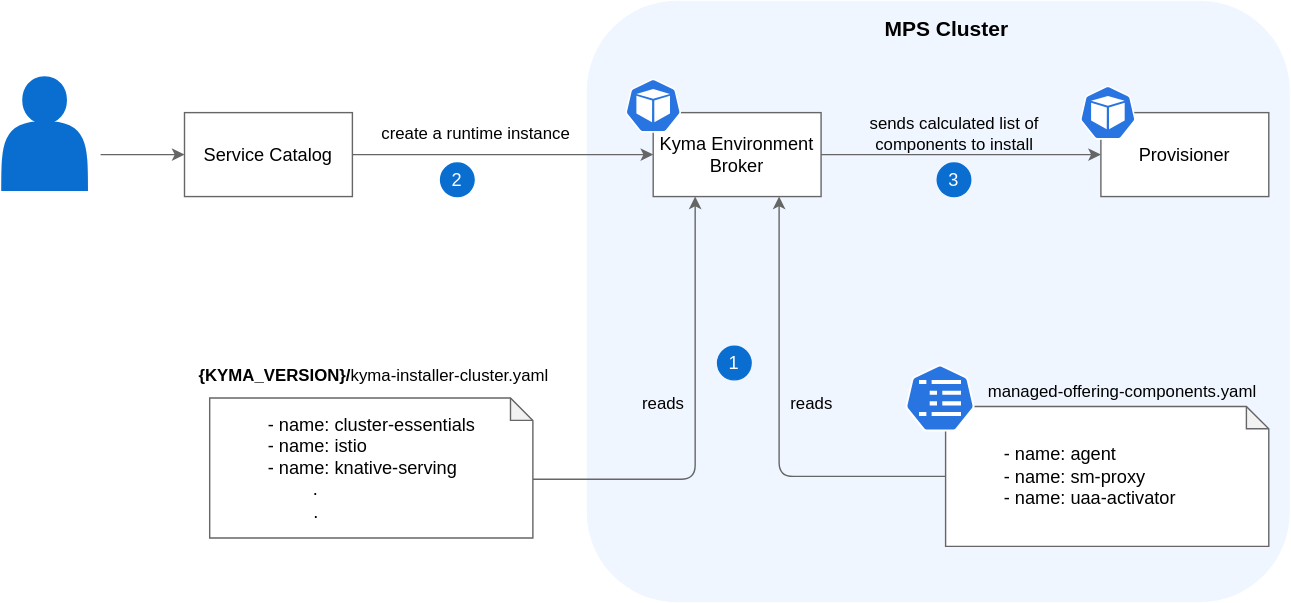
ukff/kyma-environment-broker keeps this draw.io diagram as docs/assets/runtime-components.svg. Above is the earlier version. Source tidied: cells renumbered, new cells last; positions are measured from the earlier drawing's top-left corner, leaving out a move shared by most shapes.
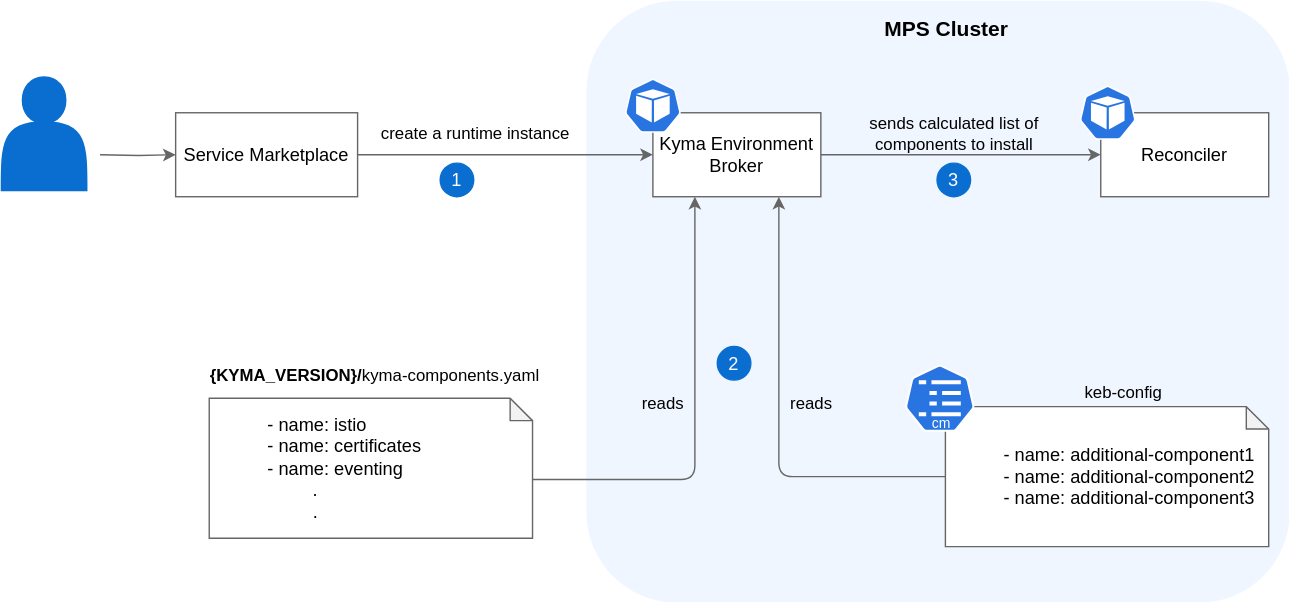
The same file after the commit.

Commit message:
Update runtime components document (#202)

Update doc

Change to the diagram source:
```diff
@@ -19,8 +19,8 @@
     <mxCell id="6" style="edgeStyle=orthogonalEdgeStyle;rounded=0;jettySize=auto;html=1;exitX=1;exitY=0.5;exitDx=0;exitDy=0;entryX=0;entryY=0.5;entryDx=0;entryDy=0;strokeColor=#666666;" parent="1" edge="1" source="7" target="18">
       <mxGeometry relative="1" as="geometry" />
     </mxCell>
-    <mxCell id="7" value="&lt;span style=&quot;font-size: 13px&quot;&gt;Service Catalog&lt;/span&gt;" style="rounded=0;whiteSpace=wrap;html=1;strokeColor=#666666;strokeWidth=1;fillColor=#ffffff;" parent="1" vertex="1">
-      <mxGeometry x="130" y="80" width="120" height="60" as="geometry" />
+    <mxCell id="7" value="&lt;span style=&quot;font-size: 13px&quot;&gt;Service Marketplace&lt;/span&gt;" style="rounded=0;whiteSpace=wrap;html=1;strokeColor=#666666;strokeWidth=1;fillColor=#ffffff;" parent="1" vertex="1">
+      <mxGeometry x="124" y="80" width="130" height="60" as="geometry" />
     </mxCell>
     <mxCell id="8" style="group;" parent="1" vertex="1">
       <mxGeometry x="645" y="260" width="260" height="170" as="geometry" />
@@ -28,22 +28,25 @@
     <mxCell id="9" style="group;" parent="8" vertex="1">
       <mxGeometry width="260" height="170" as="geometry" />
     </mxCell>
-    <mxCell id="10" value="&lt;blockquote style=&quot;margin: 0 0 0 40px ; border: none ; padding: 0px&quot;&gt;&lt;span style=&quot;font-size: 13px&quot;&gt;- name: agent&lt;br&gt;&lt;/span&gt;&lt;span style=&quot;font-size: 13px&quot;&gt;- name: sm-proxy&lt;br&gt;&lt;/span&gt;&lt;span style=&quot;font-size: 13px&quot;&gt;- name: uaa-activator&lt;/span&gt;&lt;br&gt;&lt;/blockquote&gt;" style="shape=note;whiteSpace=wrap;html=1;backgroundOutline=1;darkOpacity=0.05;size=16;align=left;strokeColor=#666666;" parent="9" vertex="1">
+    <mxCell id="10" value="&lt;blockquote style=&quot;margin: 0 0 0 40px ; border: none ; padding: 0px&quot;&gt;&lt;span style=&quot;font-size: 13px&quot;&gt;- name: additional-component1&lt;br&gt;&lt;/span&gt;&lt;span style=&quot;font-size: 13px&quot;&gt;- name: additional-component2&lt;br&gt;&lt;/span&gt;&lt;span style=&quot;font-size: 13px&quot;&gt;- name: additional-component3&lt;/span&gt;&lt;br&gt;&lt;/blockquote&gt;" style="shape=note;whiteSpace=wrap;html=1;backgroundOutline=1;darkOpacity=0.05;size=16;align=left;strokeColor=#666666;" parent="9" vertex="1">
       <mxGeometry x="29" y="30" width="231" height="100" as="geometry" />
     </mxCell>
     <mxCell id="11" style="html=1;dashed=0;whitespace=wrap;fillColor=#2875E2;strokeColor=#ffffff;shape=mxgraph.kubernetes.icon;prIcon=cm;" parent="9" vertex="1">
       <mxGeometry width="50" height="48" as="geometry" />
     </mxCell>
-    <mxCell id="12" value="managed-offering-components.yaml" style="text;html=1;align=center;verticalAlign=middle;" parent="9" vertex="1">
-      <mxGeometry x="50" y="10" width="210" height="20" as="geometry" />
+    <mxCell id="12" value="keb-config" style="text;html=1;align=center;verticalAlign=middle;" parent="9" vertex="1">
+      <mxGeometry x="119" y="7" width="73" height="26" as="geometry" />
     </mxCell>
+    <mxCell id="31" value="&lt;font style=&quot;font-size: 10px;&quot;&gt;cm&lt;/font&gt;" style="text;html=1;align=center;verticalAlign=middle;strokeColor=none;fillColor=none;fontColor=#ffffff;" parent="9" vertex="1">
+      <mxGeometry x="10" y="29" width="31" height="26" as="geometry" />
+    </mxCell>
     <mxCell id="13" value="reads" style="text;html=1;align=center;verticalAlign=middle;" parent="1" vertex="1">
       <mxGeometry x="553" y="278" width="50" height="20" as="geometry" />
     </mxCell>
     <mxCell id="14" style="group;" parent="1" vertex="1">
       <mxGeometry x="770" y="60" width="135" height="80" as="geometry" />
     </mxCell>
-    <mxCell id="15" value="&lt;span style=&quot;font-size: 13px&quot;&gt;Provisioner&lt;/span&gt;" style="rounded=0;whiteSpace=wrap;html=1;strokeColor=#666666;strokeWidth=1;fillColor=#ffffff;" parent="14" vertex="1">
+    <mxCell id="15" value="&lt;span style=&quot;font-size: 13px&quot;&gt;Reconciler&lt;/span&gt;" style="rounded=0;whiteSpace=wrap;html=1;strokeColor=#666666;strokeWidth=1;fillColor=#ffffff;" parent="14" vertex="1">
       <mxGeometry x="15" y="20" width="120" height="60" as="geometry" />
     </mxCell>
     <mxCell id="16" style="html=1;dashed=0;whitespace=wrap;fillColor=#2875E2;strokeColor=#ffffff;shape=mxgraph.kubernetes.icon;prIcon=pod;" parent="14" vertex="1">
@@ -67,11 +70,11 @@
     <mxCell id="22" style="edgeStyle=orthogonalEdgeStyle;rounded=1;jettySize=auto;html=1;exitX=0;exitY=0;exitDx=231;exitDy=58;exitPerimeter=0;entryX=0.25;entryY=1;entryDx=0;entryDy=0;strokeColor=#666666;" parent="1" edge="1" source="23" target="18">
       <mxGeometry relative="1" as="geometry" />
     </mxCell>
-    <mxCell id="23" value="&lt;blockquote style=&quot;margin: 0 0 0 40px ; border: none ; padding: 0px&quot;&gt;&lt;span style=&quot;font-size: 13px&quot;&gt;- name: cluster-essentials&lt;/span&gt;&lt;br&gt;&lt;span style=&quot;font-size: 13px&quot;&gt;- name: istio&lt;/span&gt;&lt;br&gt;&lt;span style=&quot;font-size: 13px&quot;&gt;- name: knative-serving&lt;/span&gt;&lt;/blockquote&gt;&lt;span style=&quot;font-size: 13px&quot;&gt;&amp;nbsp; &amp;nbsp; &amp;nbsp; &amp;nbsp; &amp;nbsp; &amp;nbsp; &amp;nbsp; &amp;nbsp; &amp;nbsp; &amp;nbsp; .&lt;/span&gt;&lt;br&gt;&lt;blockquote style=&quot;margin: 0 0 0 40px ; border: none ; padding: 0px&quot;&gt;&lt;span style=&quot;font-size: 13px&quot;&gt;&amp;nbsp; &amp;nbsp; &amp;nbsp; &amp;nbsp; &amp;nbsp;.&lt;/span&gt;&lt;/blockquote&gt;" style="shape=note;whiteSpace=wrap;html=1;backgroundOutline=1;darkOpacity=0.05;size=16;align=left;strokeColor=#666666;" parent="1" vertex="1">
+    <mxCell id="23" value="&lt;blockquote style=&quot;margin: 0 0 0 40px ; border: none ; padding: 0px&quot;&gt;&lt;span style=&quot;font-size: 13px&quot;&gt;- name: istio&lt;/span&gt;&lt;br&gt;&lt;span style=&quot;font-size: 13px&quot;&gt;- name: certificates&lt;/span&gt;&lt;br&gt;&lt;span style=&quot;font-size: 13px&quot;&gt;- name: eventing&lt;/span&gt;&lt;/blockquote&gt;&lt;span style=&quot;font-size: 13px&quot;&gt;&amp;nbsp; &amp;nbsp; &amp;nbsp; &amp;nbsp; &amp;nbsp; &amp;nbsp; &amp;nbsp; &amp;nbsp; &amp;nbsp; &amp;nbsp; .&lt;/span&gt;&lt;br&gt;&lt;blockquote style=&quot;margin: 0 0 0 40px ; border: none ; padding: 0px&quot;&gt;&lt;span style=&quot;font-size: 13px&quot;&gt;&amp;nbsp; &amp;nbsp; &amp;nbsp; &amp;nbsp; &amp;nbsp;.&lt;/span&gt;&lt;/blockquote&gt;" style="shape=note;whiteSpace=wrap;html=1;backgroundOutline=1;darkOpacity=0.05;size=16;align=left;strokeColor=#666666;" parent="1" vertex="1">
       <mxGeometry x="148" y="284" width="231" height="100" as="geometry" />
     </mxCell>
-    <mxCell id="24" value="&lt;b&gt;{KYMA_VERSION}/&lt;/b&gt;kyma-installer-cluster.yaml" style="text;html=1;align=center;verticalAlign=middle;" parent="1" vertex="1">
-      <mxGeometry x="130" y="258" width="270" height="20" as="geometry" />
+    <mxCell id="24" value="&lt;b&gt;{KYMA_VERSION}/&lt;/b&gt;kyma-components.yaml" style="text;html=1;align=center;verticalAlign=middle;" parent="1" vertex="1">
+      <mxGeometry x="139" y="255" width="253" height="26" as="geometry" />
     </mxCell>
     <mxCell id="25" value="reads" style="text;html=1;align=center;verticalAlign=middle;" parent="1" vertex="1">
       <mxGeometry x="447" y="278" width="50" height="20" as="geometry" />
@@ -79,13 +82,13 @@
     <mxCell id="26" value="create a runtime instance" style="text;html=1;align=center;verticalAlign=middle;" parent="1" vertex="1">
       <mxGeometry x="265.5" y="86" width="145" height="18" as="geometry" />
     </mxCell>
-    <mxCell id="27" value="&lt;div style=&quot;text-align: center&quot;&gt;&lt;span style=&quot;color: rgb(255 , 255 , 255)&quot;&gt;&lt;font style=&quot;font-size: 13px&quot;&gt;2&lt;/font&gt;&lt;/span&gt;&lt;/div&gt;" style="ellipse;whiteSpace=wrap;html=1;strokeColor=#0A6ED1;strokeWidth=1;fillColor=#0A6ED1;" parent="1" vertex="1">
+    <mxCell id="27" value="&lt;div style=&quot;text-align: center&quot;&gt;&lt;span style=&quot;color: rgb(255 , 255 , 255)&quot;&gt;&lt;font style=&quot;font-size: 13px&quot;&gt;1&lt;/font&gt;&lt;/span&gt;&lt;/div&gt;" style="ellipse;whiteSpace=wrap;html=1;strokeColor=#0A6ED1;strokeWidth=1;fillColor=#0A6ED1;" parent="1" vertex="1">
       <mxGeometry x="313" y="116" width="24" height="24" as="geometry" />
     </mxCell>
     <mxCell id="28" value="&lt;div style=&quot;text-align: center&quot;&gt;&lt;span style=&quot;color: rgb(255 , 255 , 255)&quot;&gt;&lt;font style=&quot;font-size: 13px&quot;&gt;3&lt;/font&gt;&lt;/span&gt;&lt;/div&gt;" style="ellipse;whiteSpace=wrap;html=1;strokeColor=#0A6ED1;strokeWidth=1;fillColor=#0A6ED1;" parent="1" vertex="1">
       <mxGeometry x="668" y="116" width="24" height="24" as="geometry" />
     </mxCell>
-    <mxCell id="29" value="&lt;div style=&quot;text-align: center&quot;&gt;&lt;span style=&quot;color: rgb(255 , 255 , 255)&quot;&gt;&lt;font style=&quot;font-size: 13px&quot;&gt;1&lt;/font&gt;&lt;/span&gt;&lt;/div&gt;" style="ellipse;whiteSpace=wrap;html=1;strokeColor=#0A6ED1;strokeWidth=1;fillColor=#0A6ED1;" parent="1" vertex="1">
+    <mxCell id="29" value="&lt;div style=&quot;text-align: center&quot;&gt;&lt;span style=&quot;color: rgb(255 , 255 , 255)&quot;&gt;&lt;font style=&quot;font-size: 13px&quot;&gt;2&lt;/font&gt;&lt;/span&gt;&lt;/div&gt;" style="ellipse;whiteSpace=wrap;html=1;strokeColor=#0A6ED1;strokeWidth=1;fillColor=#0A6ED1;" parent="1" vertex="1">
       <mxGeometry x="511" y="247" width="24" height="24" as="geometry" />
     </mxCell>
     <mxCell id="30" style="edgeStyle=orthogonalEdgeStyle;rounded=1;jettySize=auto;html=1;exitX=0;exitY=0.5;exitDx=0;exitDy=0;exitPerimeter=0;entryX=0.75;entryY=1;entryDx=0;entryDy=0;strokeColor=#666666;" parent="1" edge="1" source="10" target="18">
```
